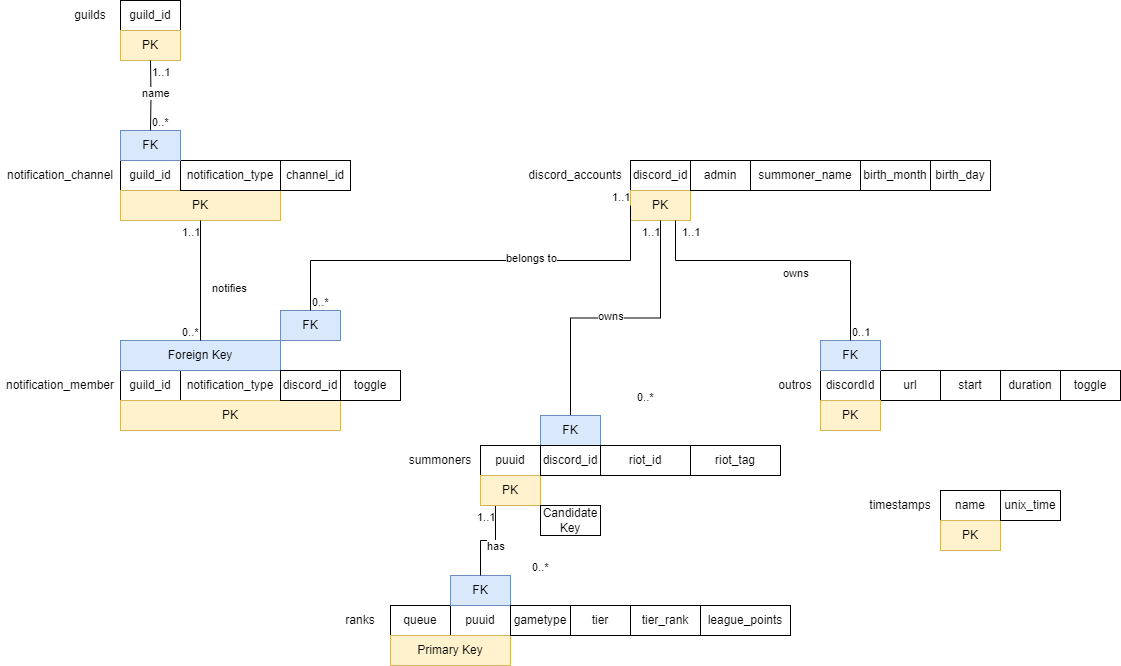
This is documentation/Relational Database Structure.drawio.png from nathan-lai-engineering/discord-bot, a draw.io export, as it was before one commit. Source tidied: cells renumbered, new cells last; positions are measured from the earlier drawing's top-left corner, leaving out a move shared by most shapes.
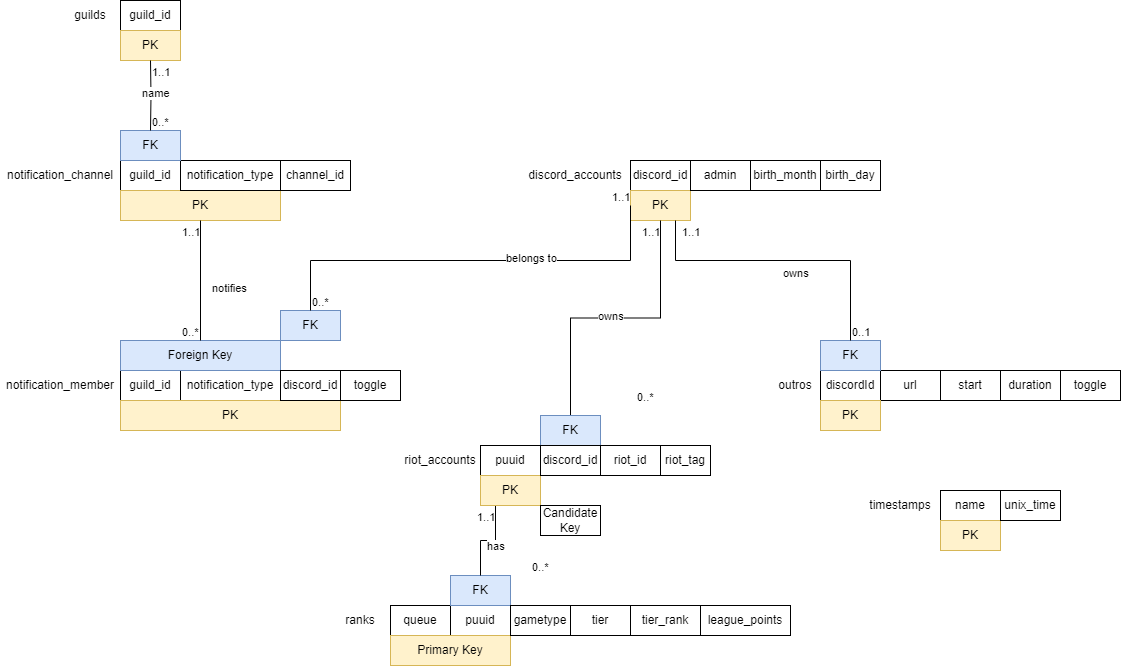
After the change.

The edit, as a diff of the source:
```diff
@@ -50,11 +50,8 @@
     <mxCell id="17" value="FK" style="text;html=1;strokeColor=#6c8ebf;fillColor=#dae8fc;align=center;verticalAlign=middle;whiteSpace=wrap;rounded=0;" parent="1" vertex="1">
       <mxGeometry x="450" y="575" width="60" height="30" as="geometry" />
     </mxCell>
-    <mxCell id="18" value="summoner_name" style="text;html=1;strokeColor=default;fillColor=none;align=center;verticalAlign=middle;whiteSpace=wrap;rounded=0;" parent="1" vertex="1">
-      <mxGeometry x="750" y="160" width="110" height="30" as="geometry" />
-    </mxCell>
     <mxCell id="19" value="riot_id" style="text;html=1;strokeColor=default;fillColor=none;align=center;verticalAlign=middle;whiteSpace=wrap;rounded=0;" parent="1" vertex="1">
-      <mxGeometry x="600" y="445" width="90" height="30" as="geometry" />
+      <mxGeometry x="600" y="445" width="60" height="30" as="geometry" />
     </mxCell>
     <mxCell id="20" value="discord_id" style="text;html=1;strokeColor=default;fillColor=none;align=center;verticalAlign=middle;whiteSpace=wrap;rounded=0;" parent="1" vertex="1">
       <mxGeometry x="630" y="160" width="60" height="30" as="geometry" />
@@ -200,7 +197,7 @@
     <mxCell id="59" value="PK" style="text;html=1;strokeColor=#d6b656;fillColor=#fff2cc;align=center;verticalAlign=middle;whiteSpace=wrap;rounded=0;" parent="1" vertex="1">
       <mxGeometry x="480" y="475" width="60" height="30" as="geometry" />
     </mxCell>
-    <mxCell id="60" value="summoners" style="text;html=1;strokeColor=none;fillColor=none;align=center;verticalAlign=middle;whiteSpace=wrap;rounded=0;" parent="1" vertex="1">
+    <mxCell id="60" value="riot_accounts" style="text;html=1;strokeColor=none;fillColor=none;align=center;verticalAlign=middle;whiteSpace=wrap;rounded=0;" parent="1" vertex="1">
       <mxGeometry x="400" y="445" width="80" height="30" as="geometry" />
     </mxCell>
     <mxCell id="61" value="FK" style="text;html=1;strokeColor=#6c8ebf;fillColor=#dae8fc;align=center;verticalAlign=middle;whiteSpace=wrap;rounded=0;" parent="1" vertex="1">
@@ -231,13 +228,13 @@
       <mxGeometry x="1000" y="490" width="60" height="30" as="geometry" />
     </mxCell>
     <mxCell id="70" value="birth_month" style="text;html=1;strokeColor=default;fillColor=none;align=center;verticalAlign=middle;whiteSpace=wrap;rounded=0;" parent="1" vertex="1">
-      <mxGeometry x="860" y="160" width="70" height="30" as="geometry" />
+      <mxGeometry x="750" y="160" width="70" height="30" as="geometry" />
     </mxCell>
     <mxCell id="71" value="birth_day" style="text;html=1;strokeColor=default;fillColor=none;align=center;verticalAlign=middle;whiteSpace=wrap;rounded=0;" parent="1" vertex="1">
-      <mxGeometry x="930" y="160" width="60" height="30" as="geometry" />
+      <mxGeometry x="820" y="160" width="60" height="30" as="geometry" />
     </mxCell>
     <mxCell id="72" value="riot_tag" style="text;html=1;strokeColor=default;fillColor=none;align=center;verticalAlign=middle;whiteSpace=wrap;rounded=0;" parent="1" vertex="1">
-      <mxGeometry x="690" y="445" width="90" height="30" as="geometry" />
+      <mxGeometry x="660" y="445" width="50" height="30" as="geometry" />
     </mxCell>
   </root>
 </mxGraphModel>
```
